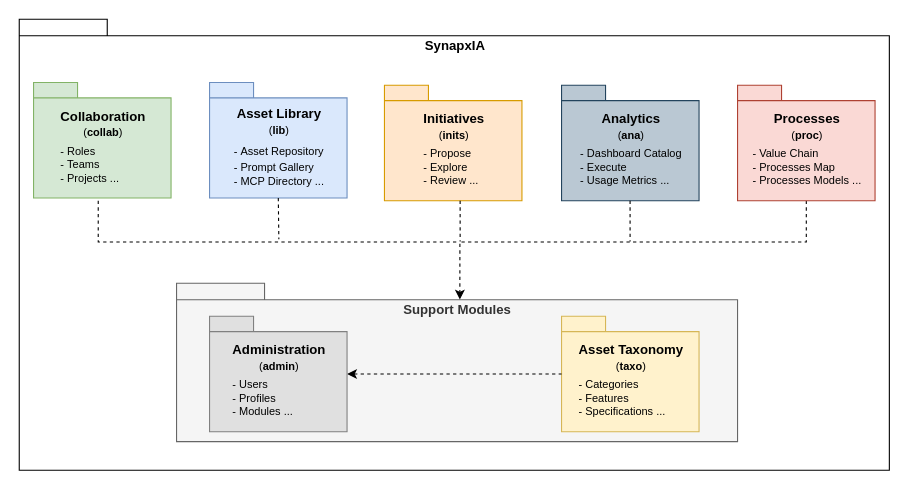
Earlier version of the draw.io diagram page "SynapxIA" (1 of 7) of docs/models.drawio (abc-flex/synapxia). Source tidied: cells renumbered, new cells numbered last; positions are measured from the earlier drawing's top-left corner, leaving out a move shared by most shapes. Both pictures are drawn from the tidied source at 110%, with x=0, y=0 at pixel (19, 19).
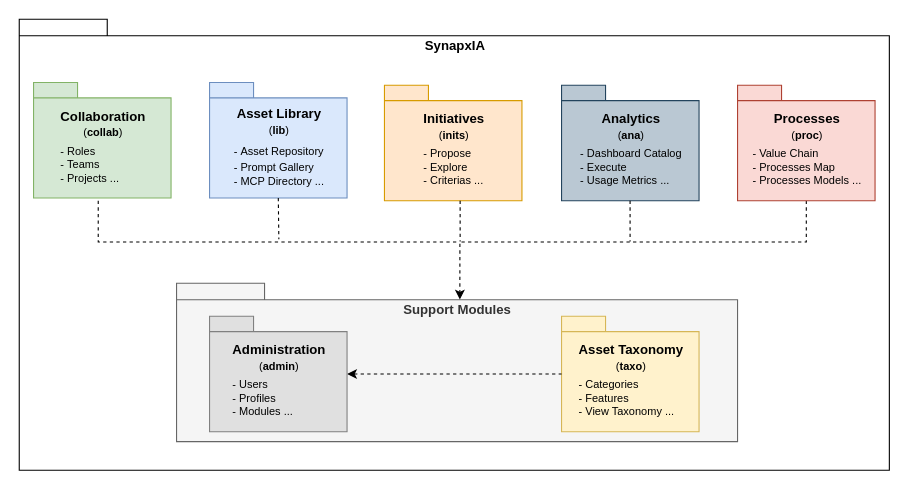
The same diagram, later.

The edit, as a diff of the source:
```diff
@@
-    <mxCell id="6" value="Initiatives&lt;br&gt;&lt;font style=&quot;font-size: 10px;&quot;&gt;&lt;span style=&quot;font-weight: normal;&quot;&gt;(&lt;/span&gt;inits&lt;/font&gt;&lt;font style=&quot;font-size: 10px;&quot;&gt;&lt;span style=&quot;font-weight: 400;&quot;&gt;)&lt;/span&gt;&lt;br&gt;&lt;div style=&quot;text-align: left; font-size: 4px;&quot;&gt;&lt;span style=&quot;font-weight: 400;&quot;&gt;&lt;br&gt;&lt;/span&gt;&lt;/div&gt;&lt;div style=&quot;text-align: left;&quot;&gt;&lt;span style=&quot;font-weight: 400;&quot;&gt;-&amp;nbsp;&lt;/span&gt;&lt;span style=&quot;font-weight: 400; background-color: transparent; color: light-dark(rgb(0, 0, 0), rgb(255, 255, 255));&quot;&gt;Propose&lt;/span&gt;&lt;/div&gt;&lt;div style=&quot;text-align: left;&quot;&gt;&lt;span style=&quot;font-weight: 400;&quot;&gt;-&amp;nbsp;&lt;/span&gt;&lt;span style=&quot;font-weight: 400; background-color: transparent; color: light-dark(rgb(0, 0, 0), rgb(255, 255, 255));&quot;&gt;Explore&lt;/span&gt;&lt;/div&gt;&lt;div style=&quot;text-align: left;&quot;&gt;&lt;span style=&quot;font-weight: 400; background-color: transparent; color: light-dark(rgb(0, 0, 0), rgb(255, 255, 255));&quot;&gt;- Review ...&lt;/span&gt;&lt;/div&gt;&lt;/font&gt;" style="shape=folder;fontStyle=1;spacingTop=10;tabWidth=40;tabHeight=14;tabPosition=left;html=1;fillColor=#ffe6cc;strokeColor=#d79b00;align=center;verticalAlign=middle;fontFamily=Helvetica;fontSize=12;" parent="1" vertex="1">
+    <mxCell id="6" value="Initiatives&lt;br&gt;&lt;font style=&quot;font-size: 10px;&quot;&gt;&lt;span style=&quot;font-weight: normal;&quot;&gt;(&lt;/span&gt;inits&lt;/font&gt;&lt;font style=&quot;font-size: 10px;&quot;&gt;&lt;span style=&quot;font-weight: 400;&quot;&gt;)&lt;/span&gt;&lt;br&gt;&lt;div style=&quot;text-align: left; font-size: 4px;&quot;&gt;&lt;span style=&quot;font-weight: 400;&quot;&gt;&lt;br&gt;&lt;/span&gt;&lt;/div&gt;&lt;div style=&quot;text-align: left;&quot;&gt;&lt;span style=&quot;font-weight: 400;&quot;&gt;-&amp;nbsp;&lt;/span&gt;&lt;span style=&quot;font-weight: 400; background-color: transparent; color: light-dark(rgb(0, 0, 0), rgb(255, 255, 255));&quot;&gt;Propose&lt;/span&gt;&lt;/div&gt;&lt;div style=&quot;text-align: left;&quot;&gt;&lt;span style=&quot;font-weight: 400;&quot;&gt;-&amp;nbsp;&lt;/span&gt;&lt;span style=&quot;font-weight: 400; background-color: transparent; color: light-dark(rgb(0, 0, 0), rgb(255, 255, 255));&quot;&gt;Explore&lt;/span&gt;&lt;/div&gt;&lt;div style=&quot;text-align: left;&quot;&gt;&lt;span style=&quot;font-weight: 400; background-color: transparent; color: light-dark(rgb(0, 0, 0), rgb(255, 255, 255));&quot;&gt;- Criterias ...&lt;/span&gt;&lt;/div&gt;&lt;/font&gt;" style="shape=folder;fontStyle=1;spacingTop=10;tabWidth=40;tabHeight=14;tabPosition=left;html=1;fillColor=#ffe6cc;strokeColor=#d79b00;align=center;verticalAlign=middle;fontFamily=Helvetica;fontSize=12;" parent="1" vertex="1">
       <mxGeometry x="332" y="60" width="125" height="105" as="geometry" />
     </mxCell>
@@
-    <mxCell id="8" value="Asset Taxonomy&lt;br&gt;&lt;font style=&quot;font-size: 10px;&quot;&gt;&lt;span style=&quot;font-weight: normal;&quot;&gt;(&lt;/span&gt;taxo&lt;/font&gt;&lt;font style=&quot;font-size: 10px;&quot;&gt;&lt;span style=&quot;font-weight: 400;&quot;&gt;)&lt;/span&gt;&lt;br&gt;&lt;div style=&quot;text-align: left; font-size: 4px;&quot;&gt;&lt;span style=&quot;font-weight: 400;&quot;&gt;&lt;br&gt;&lt;/span&gt;&lt;/div&gt;&lt;div style=&quot;text-align: left;&quot;&gt;&lt;span style=&quot;font-weight: 400;&quot;&gt;-&amp;nbsp;&lt;/span&gt;&lt;span style=&quot;font-weight: 400; background-color: transparent; color: light-dark(rgb(0, 0, 0), rgb(255, 255, 255));&quot;&gt;Categories&lt;/span&gt;&lt;/div&gt;&lt;div style=&quot;text-align: left;&quot;&gt;&lt;span style=&quot;font-weight: 400;&quot;&gt;- Feature&lt;/span&gt;&lt;span style=&quot;font-weight: 400; background-color: transparent; color: light-dark(rgb(0, 0, 0), rgb(255, 255, 255));&quot;&gt;s&lt;/span&gt;&lt;/div&gt;&lt;div style=&quot;text-align: left;&quot;&gt;&lt;span style=&quot;font-weight: 400; background-color: transparent; color: light-dark(rgb(0, 0, 0), rgb(255, 255, 255));&quot;&gt;- Specifications ...&lt;/span&gt;&lt;/div&gt;&lt;/font&gt;" style="shape=folder;fontStyle=1;spacingTop=10;tabWidth=40;tabHeight=14;tabPosition=left;html=1;fillColor=#fff2cc;strokeColor=#d6b656;" parent="1" vertex="1">
+    <mxCell id="8" value="Asset Taxonomy&lt;br&gt;&lt;font style=&quot;font-size: 10px;&quot;&gt;&lt;span style=&quot;font-weight: normal;&quot;&gt;(&lt;/span&gt;taxo&lt;/font&gt;&lt;font style=&quot;font-size: 10px;&quot;&gt;&lt;span style=&quot;font-weight: 400;&quot;&gt;)&lt;/span&gt;&lt;br&gt;&lt;div style=&quot;text-align: left; font-size: 4px;&quot;&gt;&lt;span style=&quot;font-weight: 400;&quot;&gt;&lt;br&gt;&lt;/span&gt;&lt;/div&gt;&lt;div style=&quot;text-align: left;&quot;&gt;&lt;span style=&quot;font-weight: 400;&quot;&gt;-&amp;nbsp;&lt;/span&gt;&lt;span style=&quot;font-weight: 400; background-color: transparent; color: light-dark(rgb(0, 0, 0), rgb(255, 255, 255));&quot;&gt;Categories&lt;/span&gt;&lt;/div&gt;&lt;div style=&quot;text-align: left;&quot;&gt;&lt;span style=&quot;font-weight: 400;&quot;&gt;- Feature&lt;/span&gt;&lt;span style=&quot;font-weight: 400; background-color: transparent; color: light-dark(rgb(0, 0, 0), rgb(255, 255, 255));&quot;&gt;s&lt;/span&gt;&lt;/div&gt;&lt;div style=&quot;text-align: left;&quot;&gt;&lt;span style=&quot;font-weight: 400; background-color: transparent; color: light-dark(rgb(0, 0, 0), rgb(255, 255, 255));&quot;&gt;- View Taxonomy ...&lt;/span&gt;&lt;/div&gt;&lt;/font&gt;" style="shape=folder;fontStyle=1;spacingTop=10;tabWidth=40;tabHeight=14;tabPosition=left;html=1;fillColor=#fff2cc;strokeColor=#d6b656;" parent="1" vertex="1">
       <mxGeometry x="493" y="270" width="125" height="105" as="geometry" />
     </mxCell>
```
